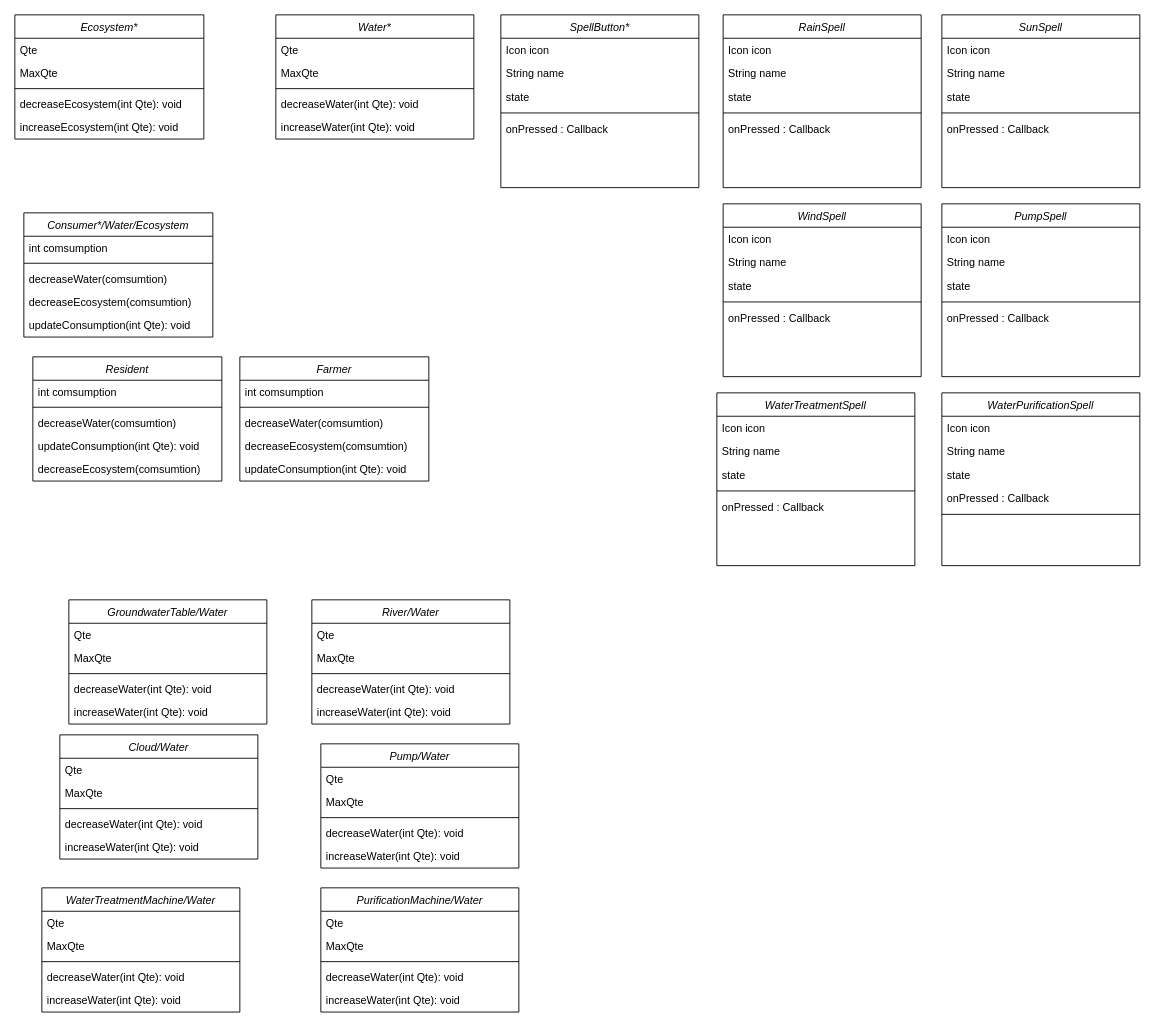
Above: god'Eau.drawio in AlexandreMaillot/GodEau (draw.io), before the change. Source tidied: cells renumbered, new cells numbered last; positions are measured from the earlier drawing's top-left corner, leaving out a move shared by most shapes. Both pictures are drawn from the tidied source at 90%, with x=0, y=0 at pixel (14, 14).
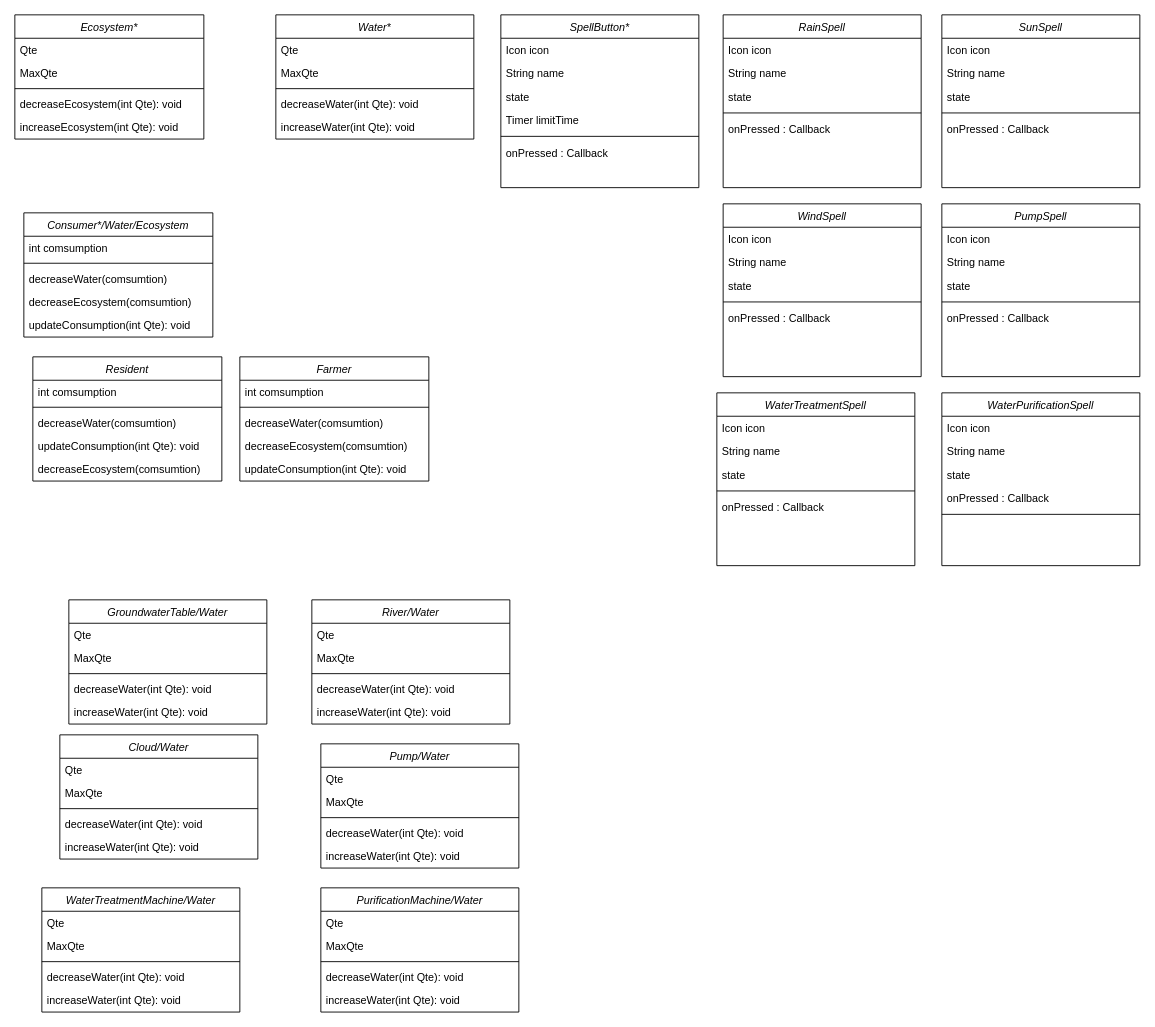
After the change.

The change refers to these unchanged cells:
```xml
<mxCell id="14" value="SpellButton*" style="swimlane;fontStyle=2;align=center;verticalAlign=top;horizontal=1;startSize=26;rounded=0;shadow=0;strokeWidth=1;" parent="1" vertex="1">
  <mxGeometry x="540" width="220" height="192" as="geometry" />
</mxCell>
```

Change to the diagram source:
```diff
@@
+    <mxCell id="110" value="Timer limitTime" style="text;align=left;verticalAlign=top;spacingLeft=4;spacingRight=4;overflow=hidden;rounded=0;shadow=0;html=0;" parent="14" vertex="1">
+      <mxGeometry y="104" width="220" height="26" as="geometry" />
+    </mxCell>
     <mxCell id="18" style="line;html=1;strokeWidth=1;align=left;verticalAlign=middle;spacingTop=-1;spacingLeft=3;spacingRight=3;labelPosition=right;" parent="14" vertex="1">
-      <mxGeometry y="104" width="220" height="10" as="geometry" />
+      <mxGeometry y="130" width="220" height="10" as="geometry" />
     </mxCell>
     <mxCell id="19" value="onPressed : Callback" style="text;align=left;verticalAlign=top;spacingLeft=4;spacingRight=4;overflow=hidden;rounded=0;shadow=0;html=0;" parent="14" vertex="1">
-      <mxGeometry y="114" width="220" height="26" as="geometry" />
+      <mxGeometry y="140" width="220" height="26" as="geometry" />
     </mxCell>
```
